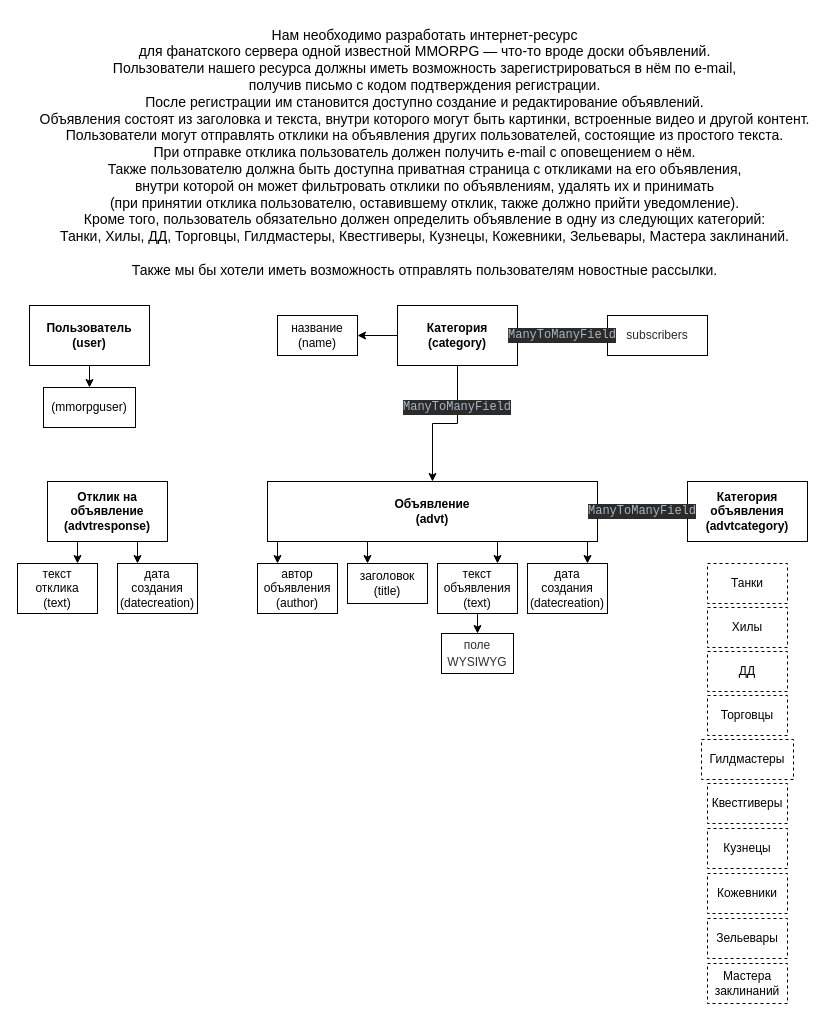
Before: D16/D16.drawio in TanechkinTank/Skillfactory, a draw.io diagram. Source tidied: cells renumbered, new cells numbered last; positions are measured from the earlier drawing's top-left corner, leaving out a move shared by most shapes. Both pictures are drawn from the tidied source at 100%, with x=0, y=0 at pixel (17, 17).
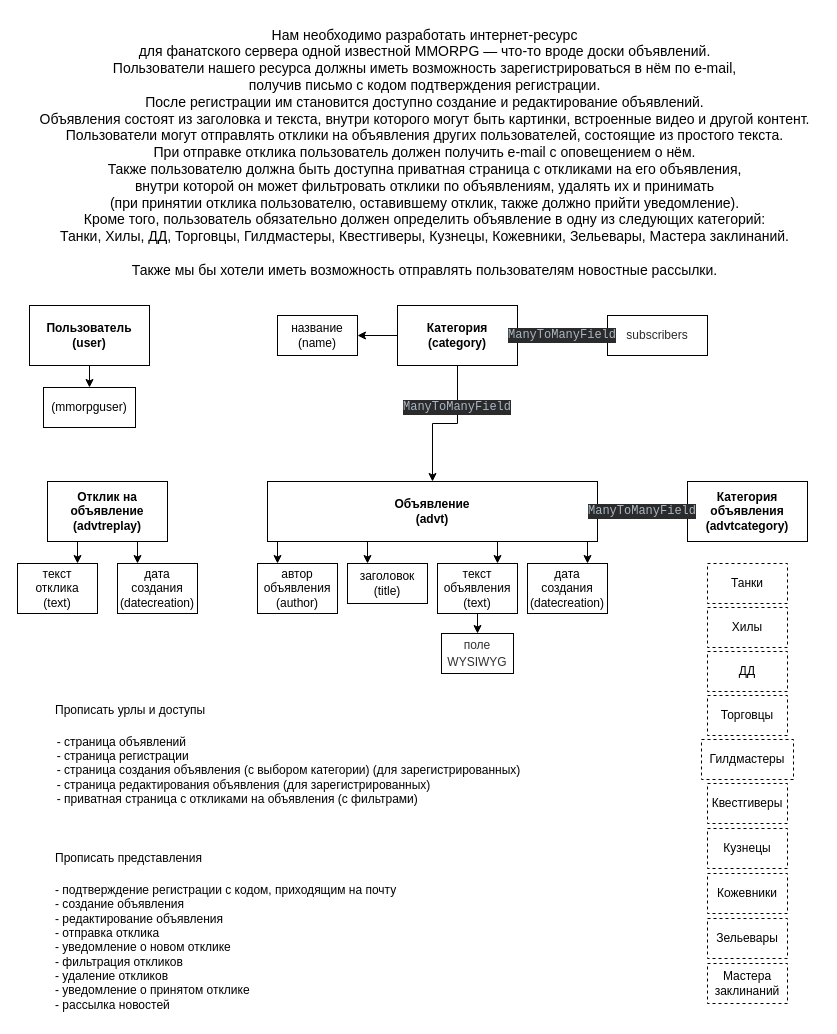
The same page after the edit.

The edit, as a diff of the source:
```diff
@@
-    <mxCell id="2" value="&lt;font style=&quot;font-size: 14px;&quot;&gt;Нам необходимо разработать интернет-ресурс &lt;br&gt;для фанатского сервера одной известной MMORPG — что-то вроде доски объявлений. &lt;br&gt;Пользователи нашего ресурса должны иметь возможность зарегистрироваться в нём по e-mail, &lt;br&gt;получив письмо с кодом подтверждения регистрации. &lt;br&gt;После регистрации им становится доступно создание и редактирование объявлений. &lt;br&gt;Объявления состоят из заголовка и текста, внутри которого могут быть картинки, встроенные видео и другой контент. &lt;br&gt;Пользователи могут отправлять отклики на объявления других пользователей, состоящие из простого текста. &lt;br&gt;При отправке отклика пользователь должен получить e-mail с оповещением о нём. &lt;br&gt;Также пользователю должна быть доступна приватная страница с откликами на его объявления, &lt;br&gt;внутри которой он может фильтровать отклики по объявлениям, удалять их и принимать &lt;br&gt;(при принятии отклика пользователю, оставившему отклик, также должно прийти уведомление). &lt;br&gt;Кроме того, пользователь обязательно должен определить объявление в одну из следующих категорий: &lt;br&gt;Танки, Хилы, ДД, Торговцы, Гилдмастеры, Квестгиверы, Кузнецы, Кожевники, Зельевары, Мастера заклинаний.&lt;/font&gt;&lt;div style=&quot;-webkit-font-smoothing: antialiased; box-sizing: border-box; outline: none; margin: 0px; padding: 0px; border: 0px; vertical-align: baseline; pointer-events: auto; font-family: &amp;quot;Source Sans Pro&amp;quot;; background-color: rgb(255, 255, 255); -webkit-tap-highlight-color: transparent !important; font-size: 14px;&quot;&gt;&lt;font style=&quot;font-size: 14px;&quot;&gt;&lt;br style=&quot;-webkit-font-smoothing: antialiased; box-sizing: border-box; outline: none; pointer-events: none !important; -webkit-tap-highlight-color: transparent !important;&quot;&gt;&lt;/font&gt;&lt;/div&gt;&lt;div style=&quot;-webkit-font-smoothing: antialiased; box-sizing: border-box; outline: none; margin: 0px; padding: 0px; border: 0px; vertical-align: baseline; pointer-events: auto; font-family: &amp;quot;Source Sans Pro&amp;quot;; background-color: rgb(255, 255, 255); -webkit-tap-highlight-color: transparent !important; font-size: 14px;&quot;&gt;&lt;font style=&quot;font-size: 14px;&quot;&gt;Также мы бы хотели иметь возможность отправлять пользователям новостные рассылки.&lt;/font&gt;&lt;/div&gt;" style="text;html=1;align=center;verticalAlign=middle;fillColor=default;" parent="1" vertex="1">
+    <mxCell id="2" value="&lt;font style=&quot;font-size: 14px;&quot;&gt;Нам необходимо разработать интернет-ресурс &lt;br&gt;для фанатского сервера одной известной MMORPG — что-то вроде доски объявлений. &lt;br&gt;Пользователи нашего ресурса должны иметь возможность зарегистрироваться в нём по e-mail, &lt;br&gt;получив письмо с кодом подтверждения регистрации. &lt;br&gt;После регистрации им становится доступно создание и редактирование объявлений. &lt;br&gt;Объявления состоят из заголовка и текста, внутри которого могут быть картинки, встроенные видео и другой контент. &lt;br&gt;Пользователи могут отправлять отклики на объявления других пользователей, состоящие из простого текста. &lt;br&gt;При отправке отклика пользователь должен получить e-mail с оповещением о нём. &lt;br&gt;Также пользователю должна быть доступна приватная страница с откликами на его объявления, &lt;br&gt;внутри которой он может фильтровать отклики по объявлениям, удалять их и принимать &lt;br&gt;(при принятии отклика пользователю, оставившему отклик, также должно прийти уведомление). &lt;br&gt;Кроме того, пользователь обязательно должен определить объявление в одну из следующих категорий: &lt;br&gt;Танки, Хилы, ДД, Торговцы, Гилдмастеры, Квестгиверы, Кузнецы, Кожевники, Зельевары, Мастера заклинаний.&lt;/font&gt;&lt;div style=&quot;-webkit-font-smoothing: antialiased; box-sizing: border-box; outline: none; margin: 0px; padding: 0px; border: 0px; vertical-align: baseline; pointer-events: auto; background-color: rgb(255, 255, 255); font-size: 14px; -webkit-tap-highlight-color: transparent !important;&quot;&gt;&lt;font style=&quot;font-size: 14px;&quot;&gt;&lt;br style=&quot;-webkit-font-smoothing: antialiased; box-sizing: border-box; outline: none; pointer-events: none !important; -webkit-tap-highlight-color: transparent !important;&quot;&gt;&lt;/font&gt;&lt;/div&gt;&lt;div style=&quot;-webkit-font-smoothing: antialiased; box-sizing: border-box; outline: none; margin: 0px; padding: 0px; border: 0px; vertical-align: baseline; pointer-events: auto; background-color: rgb(255, 255, 255); font-size: 14px; -webkit-tap-highlight-color: transparent !important;&quot;&gt;&lt;font style=&quot;font-size: 14px;&quot;&gt;Также мы бы хотели иметь возможность отправлять пользователям новостные рассылки.&lt;/font&gt;&lt;/div&gt;" style="text;html=1;align=center;verticalAlign=middle;fillColor=default;" parent="1" vertex="1">
       <mxGeometry x="12" width="790" height="270" as="geometry" />
     </mxCell>
@@
-    <mxCell id="29" value="&lt;b&gt;Отклик на объявление&lt;br&gt;(&lt;/b&gt;&lt;b style=&quot;border-color: var(--border-color);&quot;&gt;advtresponse&lt;/b&gt;&lt;b style=&quot;background-color: initial;&quot;&gt;)&lt;/b&gt;" style="rounded=0;whiteSpace=wrap;html=1;" parent="1" vertex="1">
+    <mxCell id="29" value="&lt;b&gt;Отклик на объявление&lt;br&gt;(&lt;/b&gt;&lt;b style=&quot;border-color: var(--border-color);&quot;&gt;advtreplay&lt;/b&gt;&lt;b style=&quot;background-color: initial;&quot;&gt;)&lt;/b&gt;" style="rounded=0;whiteSpace=wrap;html=1;" parent="1" vertex="1">
       <mxGeometry x="30" y="464" width="120" height="60" as="geometry" />
     </mxCell>
@@
+    <mxCell id="41" value="Прописать урлы и доступы" style="text;html=1;align=left;verticalAlign=middle;strokeColor=none;fillColor=none;" parent="1" vertex="1">
+      <mxGeometry x="36" y="678" width="170" height="30" as="geometry" />
+    </mxCell>
+    <mxCell id="42" value="&lt;div style=&quot;text-align: left;&quot;&gt;&lt;span style=&quot;background-color: initial;&quot;&gt;- страница объявлений&lt;/span&gt;&lt;/div&gt;&lt;div style=&quot;text-align: left;&quot;&gt;&lt;span style=&quot;background-color: initial;&quot;&gt;- страница регистрации&lt;/span&gt;&lt;/div&gt;&lt;div style=&quot;text-align: left;&quot;&gt;&lt;span style=&quot;background-color: initial;&quot;&gt;- страница создания объявления (с выбором категории) (для зарегистрированных)&lt;/span&gt;&lt;/div&gt;&lt;div style=&quot;text-align: left;&quot;&gt;&lt;span style=&quot;background-color: initial;&quot;&gt;- страница редактирования объявления (для зарегистрированных)&lt;/span&gt;&lt;/div&gt;&lt;div style=&quot;text-align: left;&quot;&gt;&lt;span style=&quot;background-color: initial;&quot;&gt;- приватная страница с откликами на объявления (с фильтрами)&lt;/span&gt;&lt;/div&gt;" style="text;html=1;align=center;verticalAlign=middle;strokeColor=none;fillColor=none;" parent="1" vertex="1">
+      <mxGeometry x="26" y="708" width="490" height="90" as="geometry" />
+    </mxCell>
+    <mxCell id="43" value="Прописать представления" style="text;html=1;strokeColor=none;fillColor=none;align=left;verticalAlign=middle;whiteSpace=wrap;rounded=0;" parent="1" vertex="1">
+      <mxGeometry x="36" y="826" width="158" height="30" as="geometry" />
+    </mxCell>
+    <mxCell id="44" value="- подтверждение регистрации с кодом, приходящим на почту&lt;br&gt;- создание объявления&lt;br&gt;- редактирование объявления&lt;br&gt;- отправка отклика&lt;br&gt;- уведомление о новом отклике&lt;br&gt;- фильтрация откликов&lt;br&gt;- удаление откликов&lt;br&gt;- уведомление о принятом отклике&lt;br&gt;- рассылка новостей" style="text;html=1;align=left;verticalAlign=middle;strokeColor=none;fillColor=none;" parent="1" vertex="1">
+      <mxGeometry x="36" y="860" width="360" height="140" as="geometry" />
+    </mxCell>
```
